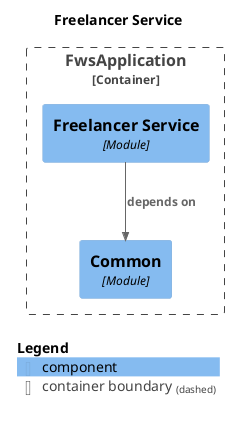
Above: docs/modules/module-freelancer.png in krloxz/fws-application (PlantUML), before the change.
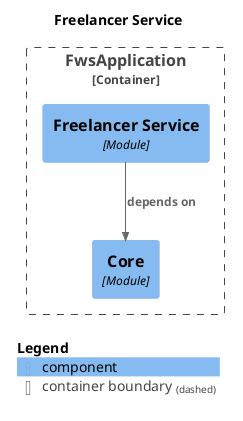
Later version of the same file.

Change to the diagram source:
```diff
@@ -9,11 +9,11 @@
 !include <C4/C4_Component>
 
 Container_Boundary("FwsApplication.FwsApplication_boundary", "FwsApplication", $tags="") {
-  Component(FwsApplication.FwsApplication.Common, "Common", $techn="Module", $descr="", $tags="", $link="")
+  Component(FwsApplication.FwsApplication.Core, "Core", $techn="Module", $descr="", $tags="", $link="")
   Component(FwsApplication.FwsApplication.FreelancerService, "Freelancer Service", $techn="Module", $descr="", $tags="", $link="")
 }
 
-Rel(FwsApplication.FwsApplication.FreelancerService, FwsApplication.FwsApplication.Common, "depends on", $techn="", $tags="", $link="")
+Rel(FwsApplication.FwsApplication.FreelancerService, FwsApplication.FwsApplication.Core, "depends on", $techn="", $tags="", $link="")
 
 SHOW_LEGEND(true)
 @enduml
```
